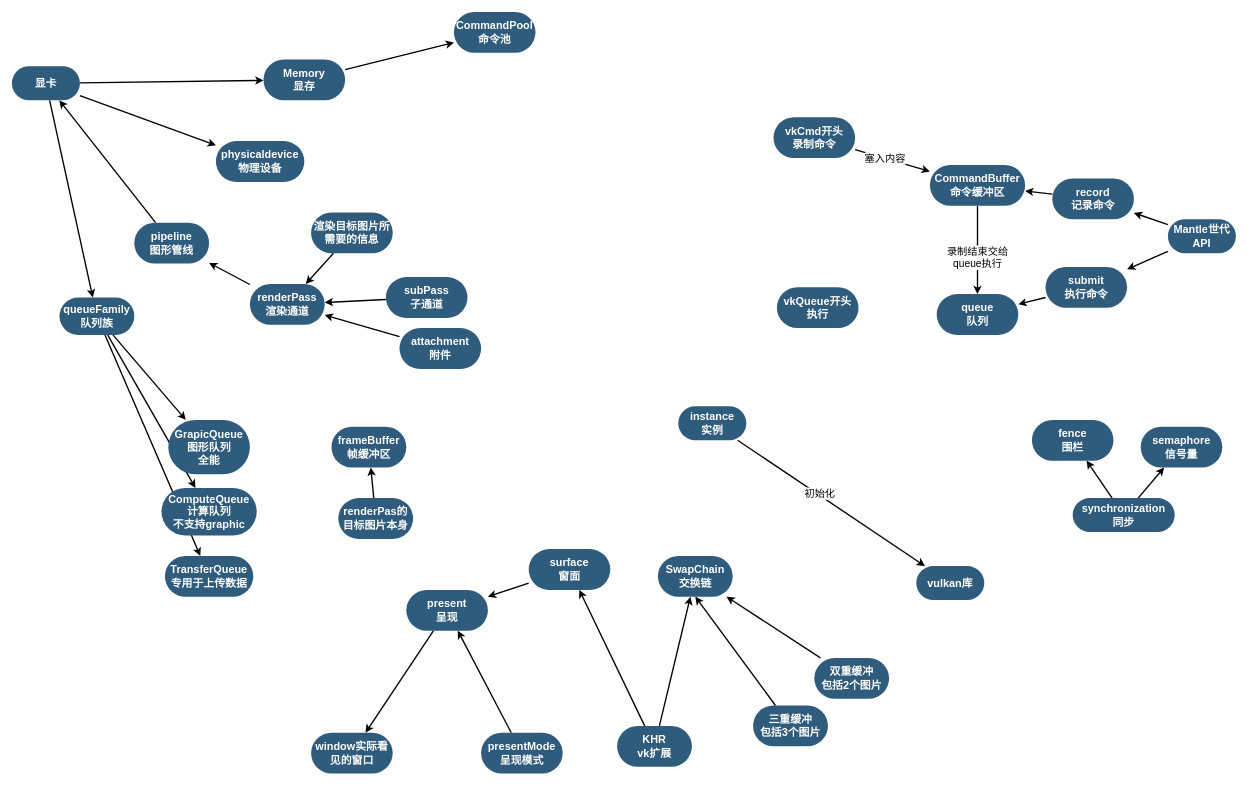
Earlier version of the draw.io diagram LearningVulkan/LearningVulkan/vulkan.drawio (unphics/vulkan_tutorial_note). Source tidied: cells renumbered, new cells numbered last; positions are measured from the earlier drawing's top-left corner, leaving out a move shared by most shapes. Both pictures are drawn from the tidied source at 68%, with x=0, y=0 at pixel (12, 12).
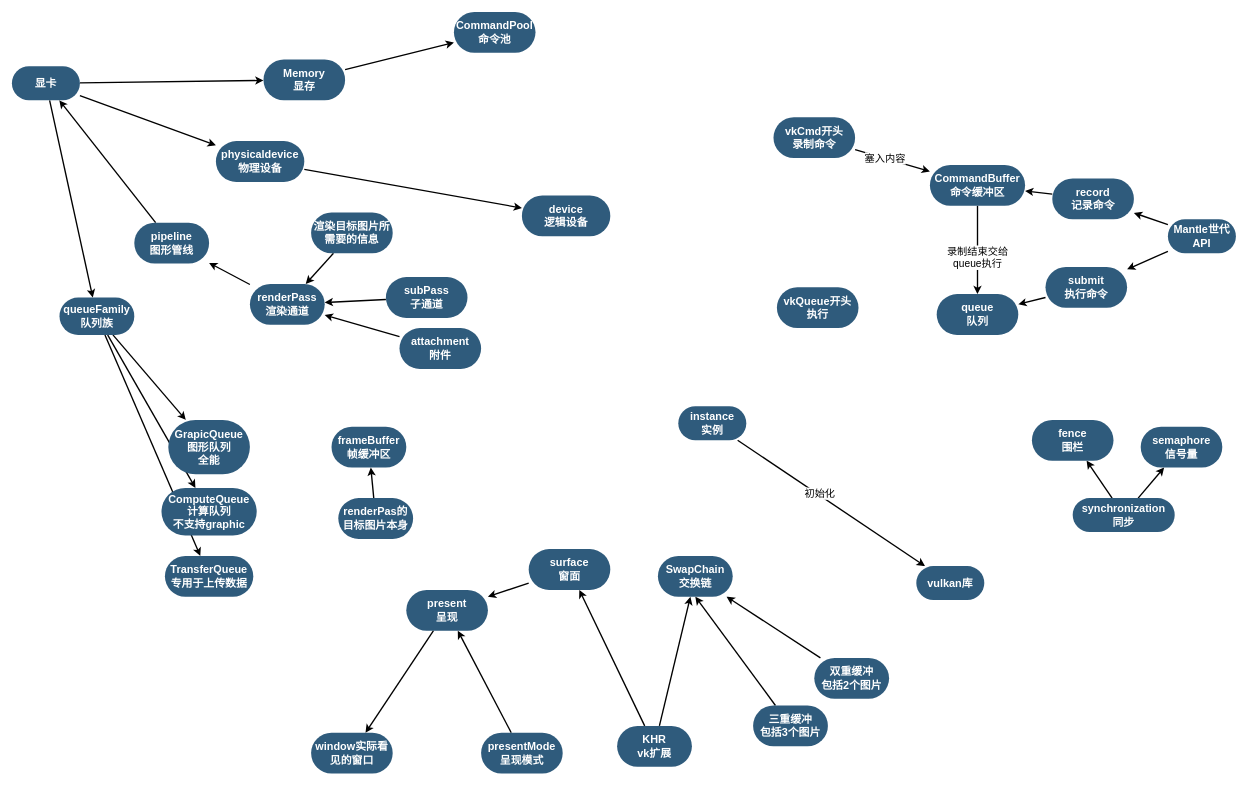
After the change.

The change refers to these unchanged cells:
```xml
<mxCell id="10" value="physicaldevice&lt;br&gt;物理设备" style="whiteSpace=wrap;html=1;fontSize=16;fillColor=#2F5B7C;strokeColor=none;fontColor=#FFFFFF;rounded=1;shadow=0;labelBackgroundColor=none;strokeWidth=3;fontStyle=1;spacing=5;arcSize=50;" parent="1" vertex="1">
  <mxGeometry x="300" y="190" width="130" height="60" as="geometry" />
</mxCell>
```

The edit, as a diff of the source:
```diff
@@
+    <mxCell id="69" style="edgeStyle=none;rounded=0;jettySize=auto;html=1;strokeWidth=2;fontSize=15;" parent="1" edge="1" source="10" target="70">
+      <mxGeometry relative="1" as="geometry" />
+    </mxCell>
@@
+    <mxCell id="70" value="device&lt;br&gt;逻辑设备" style="whiteSpace=wrap;html=1;fontSize=16;fillColor=#2F5B7C;strokeColor=none;fontColor=#FFFFFF;rounded=1;shadow=0;labelBackgroundColor=none;strokeWidth=3;fontStyle=1;spacing=5;arcSize=50;" parent="1" vertex="1">
+      <mxGeometry x="750" y="270" width="130" height="60" as="geometry" />
+    </mxCell>
```
